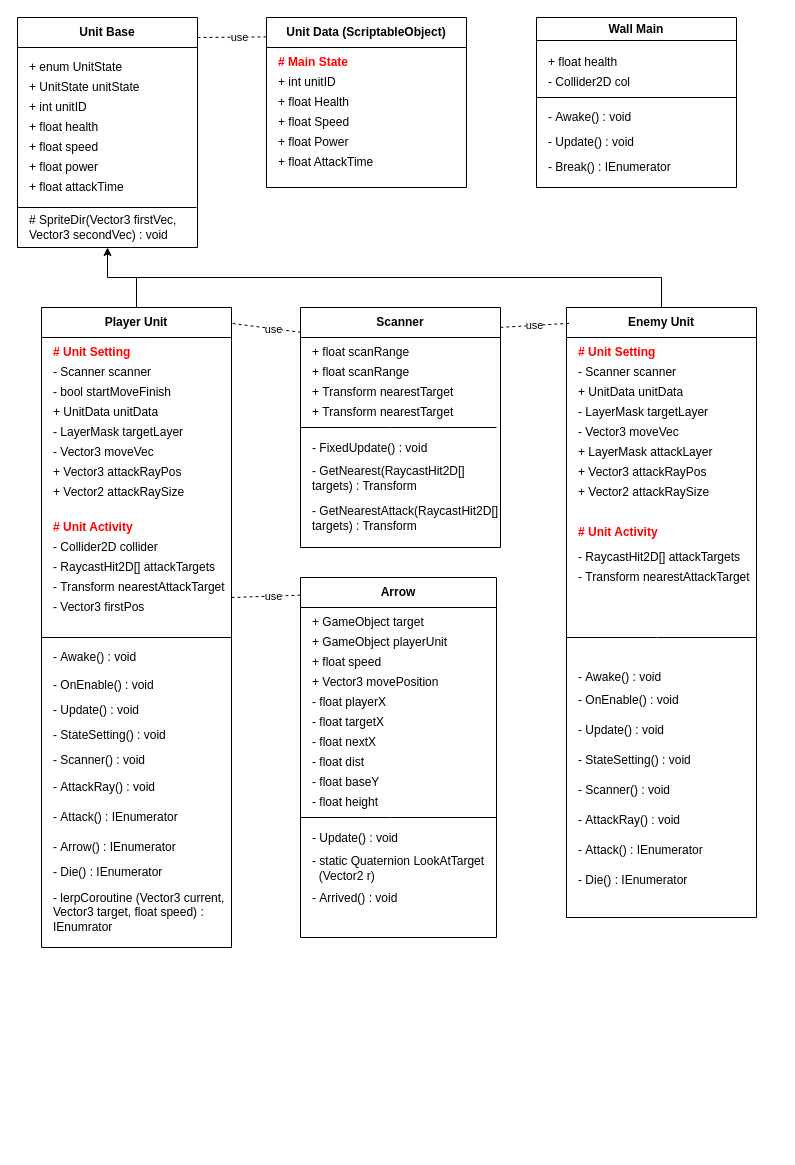
Earlier version of the draw.io diagram page "Battle" (2 of 3) of Project_CSD.drawio (YJU-Capstone-Design/Capstone-Design). Source tidied: cells renumbered, new cells numbered last; positions are measured from the earlier drawing's top-left corner, leaving out a move shared by most shapes. Both pictures are drawn from the tidied source at 100%, with x=0, y=0 at pixel (17, 17).
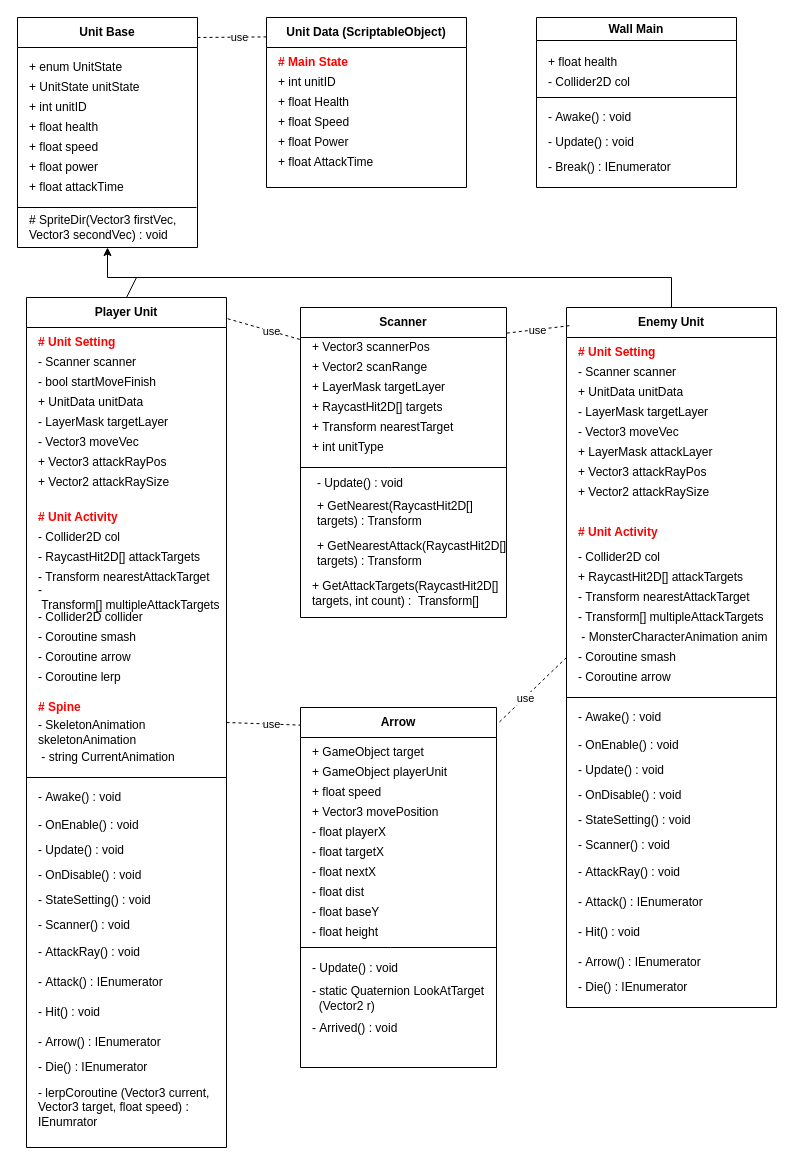
The same diagram, later.

Unchanged cells that the change refers to:
```xml
<mxCell id="36" value="-&amp;nbsp;Transform nearestAttackTarget" style="text;html=1;align=left;verticalAlign=middle;whiteSpace=wrap;rounded=0;" parent="12" vertex="1">
  <mxGeometry x="10" y="270" width="180" height="20" as="geometry" />
</mxCell>
```

The edit, as a diff of the source:
```diff
@@
     <mxCell id="12" value="Player Unit" style="swimlane;whiteSpace=wrap;html=1;startSize=30;" parent="1" vertex="1">
-      <mxGeometry x="24" y="290" width="190" height="640" as="geometry" />
+      <mxGeometry x="9" y="280" width="200" height="850" as="geometry" />
     </mxCell>
@@
-    <mxCell id="20" value="-&amp;nbsp;Collider2D collider" style="text;html=1;align=left;verticalAlign=middle;whiteSpace=wrap;rounded=0;" parent="12" vertex="1">
+    <mxCell id="20" value="-&amp;nbsp;Collider2D col" style="text;html=1;align=left;verticalAlign=middle;whiteSpace=wrap;rounded=0;" parent="12" vertex="1">
       <mxGeometry x="10" y="230" width="150" height="20" as="geometry" />
     </mxCell>
@@
     <mxCell id="24" value="- Die()&amp;nbsp;: IEnumerator" style="text;html=1;align=left;verticalAlign=middle;whiteSpace=wrap;rounded=0;" parent="12" vertex="1">
-      <mxGeometry x="10" y="550" width="150" height="30" as="geometry" />
+      <mxGeometry x="10" y="755" width="150" height="30" as="geometry" />
     </mxCell>
     <mxCell id="25" value="- lerpCoroutine (Vector3 current, Vector3 target, float speed) : IEnumrator" style="text;html=1;align=left;verticalAlign=middle;whiteSpace=wrap;rounded=0;" parent="12" vertex="1">
-      <mxGeometry x="10" y="580" width="180" height="50" as="geometry" />
+      <mxGeometry x="10" y="785" width="180" height="50" as="geometry" />
     </mxCell>
     <mxCell id="26" value="-&amp;nbsp;Awake() : void" style="text;html=1;align=left;verticalAlign=middle;whiteSpace=wrap;rounded=0;" parent="12" vertex="1">
-      <mxGeometry x="10" y="340" width="150" height="20" as="geometry" />
+      <mxGeometry x="10" y="490" width="150" height="20" as="geometry" />
     </mxCell>
     <mxCell id="27" value="-&amp;nbsp;OnEnable() : void" style="text;html=1;align=left;verticalAlign=middle;whiteSpace=wrap;rounded=0;" parent="12" vertex="1">
-      <mxGeometry x="10" y="365" width="150" height="25" as="geometry" />
+      <mxGeometry x="10" y="515" width="150" height="25" as="geometry" />
     </mxCell>
     <mxCell id="28" value="-&amp;nbsp;Update() : void" style="text;html=1;align=left;verticalAlign=middle;whiteSpace=wrap;rounded=0;" parent="12" vertex="1">
-      <mxGeometry x="10" y="390" width="150" height="25" as="geometry" />
+      <mxGeometry x="10" y="540" width="150" height="25" as="geometry" />
     </mxCell>
     <mxCell id="29" value="-&amp;nbsp;StateSetting() : void" style="text;html=1;align=left;verticalAlign=middle;whiteSpace=wrap;rounded=0;" parent="12" vertex="1">
-      <mxGeometry x="10" y="415" width="150" height="25" as="geometry" />
+      <mxGeometry x="10" y="590" width="150" height="25" as="geometry" />
     </mxCell>
     <mxCell id="30" value="-&amp;nbsp;Scanner()&amp;nbsp;: void" style="text;html=1;align=left;verticalAlign=middle;whiteSpace=wrap;rounded=0;" parent="12" vertex="1">
-      <mxGeometry x="10" y="440" width="150" height="25" as="geometry" />
+      <mxGeometry x="10" y="615" width="150" height="25" as="geometry" />
     </mxCell>
     <mxCell id="31" value="-&amp;nbsp;AttackRay()&amp;nbsp;: void" style="text;html=1;align=left;verticalAlign=middle;whiteSpace=wrap;rounded=0;" parent="12" vertex="1">
-      <mxGeometry x="10" y="470" width="150" height="20" as="geometry" />
+      <mxGeometry x="10" y="645" width="150" height="20" as="geometry" />
     </mxCell>
     <mxCell id="32" value="-&amp;nbsp;Attack()&amp;nbsp;: IEnumerator" style="text;html=1;align=left;verticalAlign=middle;whiteSpace=wrap;rounded=0;" parent="12" vertex="1">
-      <mxGeometry x="10" y="500" width="150" height="20" as="geometry" />
+      <mxGeometry x="10" y="675" width="150" height="20" as="geometry" />
     </mxCell>
     <mxCell id="33" value="-&amp;nbsp;Arrow()&amp;nbsp;: IEnumerator" style="text;html=1;align=left;verticalAlign=middle;whiteSpace=wrap;rounded=0;" parent="12" vertex="1">
-      <mxGeometry x="10" y="530" width="150" height="20" as="geometry" />
+      <mxGeometry x="10" y="735" width="150" height="20" as="geometry" />
     </mxCell>
     <mxCell id="34" style="endArrow=none;html=1;rounded=0;" parent="12" edge="1">
       <mxGeometry relative="1" as="geometry">
-        <mxPoint y="330" as="sourcePoint" />
-        <mxPoint x="190" y="330" as="targetPoint" />
+        <mxPoint y="480" as="sourcePoint" />
+        <mxPoint x="200" y="480" as="targetPoint" />
       </mxGeometry>
     </mxCell>
-    <mxCell id="35" value="-&amp;nbsp;Vector3 firstPos" style="text;html=1;align=left;verticalAlign=middle;whiteSpace=wrap;rounded=0;" parent="12" vertex="1">
-      <mxGeometry x="10" y="290" width="150" height="20" as="geometry" />
+    <mxCell id="35" value="-&amp;nbsp;Coroutine lerp" style="text;html=1;align=left;verticalAlign=middle;whiteSpace=wrap;rounded=0;" parent="12" vertex="1">
+      <mxGeometry x="10" y="370" width="150" height="20" as="geometry" />
     </mxCell>
@@
+    <mxCell id="106" value="#&amp;nbsp;Spine" style="text;html=1;align=left;verticalAlign=middle;whiteSpace=wrap;rounded=0;fontStyle=1;fontColor=#FF0000;" parent="12" vertex="1">
+      <mxGeometry x="10" y="400" width="120" height="20" as="geometry" />
+    </mxCell>
+    <mxCell id="107" value="-&amp;nbsp;Collider2D collider" style="text;html=1;align=left;verticalAlign=middle;whiteSpace=wrap;rounded=0;" parent="12" vertex="1">
+      <mxGeometry x="10" y="310" width="150" height="20" as="geometry" />
+    </mxCell>
+    <mxCell id="108" value="-&amp;nbsp;Coroutine smash" style="text;html=1;align=left;verticalAlign=middle;whiteSpace=wrap;rounded=0;" parent="12" vertex="1">
+      <mxGeometry x="10" y="330" width="170" height="20" as="geometry" />
+    </mxCell>
+    <mxCell id="109" value="-&amp;nbsp;Coroutine arrow" style="text;html=1;align=left;verticalAlign=middle;whiteSpace=wrap;rounded=0;" parent="12" vertex="1">
+      <mxGeometry x="10" y="350" width="180" height="20" as="geometry" />
+    </mxCell>
+    <mxCell id="110" value="-&amp;nbsp;Transform[]&amp;nbsp;multipleAttackTargets" style="text;html=1;align=left;verticalAlign=middle;whiteSpace=wrap;rounded=0;" parent="12" vertex="1">
+      <mxGeometry x="10" y="290" width="180" height="20" as="geometry" />
+    </mxCell>
+    <mxCell id="111" value="&amp;nbsp;-&amp;nbsp;string CurrentAnimation" style="text;html=1;align=left;verticalAlign=middle;whiteSpace=wrap;rounded=0;" parent="12" vertex="1">
+      <mxGeometry x="10" y="450" width="150" height="20" as="geometry" />
+    </mxCell>
+    <mxCell id="112" value="-&amp;nbsp;SkeletonAnimation skeletonAnimation" style="text;html=1;align=left;verticalAlign=middle;whiteSpace=wrap;rounded=0;" parent="12" vertex="1">
+      <mxGeometry x="10" y="420" width="180" height="30" as="geometry" />
+    </mxCell>
+    <mxCell id="113" value="- Hit() : void" style="text;html=1;align=left;verticalAlign=middle;whiteSpace=wrap;rounded=0;" parent="12" vertex="1">
+      <mxGeometry x="10" y="705" width="150" height="20" as="geometry" />
+    </mxCell>
+    <mxCell id="114" value="-&amp;nbsp;OnDisable() : void" style="text;html=1;align=left;verticalAlign=middle;whiteSpace=wrap;rounded=0;" parent="12" vertex="1">
+      <mxGeometry x="10" y="565" width="150" height="25" as="geometry" />
+    </mxCell>
@@
     <mxCell id="38" value="Enemy Unit" style="swimlane;whiteSpace=wrap;html=1;startSize=30;" parent="1" vertex="1">
-      <mxGeometry x="549" y="290" width="190" height="610" as="geometry" />
+      <mxGeometry x="549" y="290" width="210" height="700" as="geometry" />
     </mxCell>
@@
-    <mxCell id="45" value="-&amp;nbsp;RaycastHit2D[] attackTargets" style="text;html=1;align=left;verticalAlign=middle;whiteSpace=wrap;rounded=0;" parent="38" vertex="1">
+    <mxCell id="45" value="-&amp;nbsp;Collider2D col" style="text;html=1;align=left;verticalAlign=middle;whiteSpace=wrap;rounded=0;" parent="38" vertex="1">
       <mxGeometry x="10" y="240" width="170" height="20" as="geometry" />
     </mxCell>
-    <mxCell id="46" value="-&amp;nbsp;Transform nearestAttackTarget" style="text;html=1;align=left;verticalAlign=middle;whiteSpace=wrap;rounded=0;" parent="38" vertex="1">
+    <mxCell id="46" value="+&amp;nbsp;RaycastHit2D[] attackTargets" style="text;html=1;align=left;verticalAlign=middle;whiteSpace=wrap;rounded=0;" parent="38" vertex="1">
       <mxGeometry x="10" y="260" width="180" height="20" as="geometry" />
     </mxCell>
@@
-    <mxCell id="49" value="-&amp;nbsp;StateSetting()&amp;nbsp;: void" style="text;html=1;align=left;verticalAlign=middle;whiteSpace=wrap;rounded=0;" parent="38" vertex="1">
-      <mxGeometry x="10" y="440" width="150" height="25" as="geometry" />
-    </mxCell>
-    <mxCell id="50" style="endArrow=none;html=1;rounded=0;" parent="38" edge="1">
-      <mxGeometry relative="1" as="geometry">
-        <mxPoint y="330" as="sourcePoint" />
-        <mxPoint x="190" y="330" as="targetPoint" />
-        <Array as="points">
-          <mxPoint x="90" y="330" />
-        </Array>
-      </mxGeometry>
-    </mxCell>
@@
+    <mxCell id="58" value="- Die()&amp;nbsp;: IEnumerator" style="text;html=1;align=left;verticalAlign=middle;whiteSpace=wrap;rounded=0;" parent="38" vertex="1">
+      <mxGeometry x="10" y="665" width="150" height="30" as="geometry" />
+    </mxCell>
     <mxCell id="52" value="-&amp;nbsp;Awake() : void" style="text;html=1;align=left;verticalAlign=middle;whiteSpace=wrap;rounded=0;" parent="38" vertex="1">
-      <mxGeometry x="10" y="360" width="150" height="20" as="geometry" />
+      <mxGeometry x="10" y="400" width="150" height="20" as="geometry" />
     </mxCell>
     <mxCell id="53" value="-&amp;nbsp;OnEnable() : void" style="text;html=1;align=left;verticalAlign=middle;whiteSpace=wrap;rounded=0;" parent="38" vertex="1">
-      <mxGeometry x="10" y="380" width="150" height="25" as="geometry" />
+      <mxGeometry x="10" y="425" width="150" height="25" as="geometry" />
     </mxCell>
     <mxCell id="54" value="-&amp;nbsp;Update() : void" style="text;html=1;align=left;verticalAlign=middle;whiteSpace=wrap;rounded=0;" parent="38" vertex="1">
-      <mxGeometry x="10" y="410" width="150" height="25" as="geometry" />
+      <mxGeometry x="10" y="450" width="150" height="25" as="geometry" />
     </mxCell>
+    <mxCell id="49" value="-&amp;nbsp;StateSetting() : void" style="text;html=1;align=left;verticalAlign=middle;whiteSpace=wrap;rounded=0;" parent="38" vertex="1">
+      <mxGeometry x="10" y="500" width="150" height="25" as="geometry" />
+    </mxCell>
     <mxCell id="55" value="-&amp;nbsp;Scanner()&amp;nbsp;: void" style="text;html=1;align=left;verticalAlign=middle;whiteSpace=wrap;rounded=0;" parent="38" vertex="1">
-      <mxGeometry x="10" y="470" width="150" height="25" as="geometry" />
+      <mxGeometry x="10" y="525" width="150" height="25" as="geometry" />
     </mxCell>
     <mxCell id="56" value="-&amp;nbsp;AttackRay()&amp;nbsp;: void" style="text;html=1;align=left;verticalAlign=middle;whiteSpace=wrap;rounded=0;" parent="38" vertex="1">
-      <mxGeometry x="10" y="500" width="150" height="25" as="geometry" />
+      <mxGeometry x="10" y="555" width="150" height="20" as="geometry" />
     </mxCell>
-    <mxCell id="57" value="-&amp;nbsp;Attack()&amp;nbsp;: IEnumerator&amp;nbsp;" style="text;html=1;align=left;verticalAlign=middle;whiteSpace=wrap;rounded=0;" parent="38" vertex="1">
-      <mxGeometry x="10" y="530" width="150" height="25" as="geometry" />
+    <mxCell id="57" value="-&amp;nbsp;Attack()&amp;nbsp;: IEnumerator" style="text;html=1;align=left;verticalAlign=middle;whiteSpace=wrap;rounded=0;" parent="38" vertex="1">
+      <mxGeometry x="10" y="585" width="150" height="20" as="geometry" />
     </mxCell>
-    <mxCell id="58" value="- Die()&amp;nbsp;: IEnumerator&amp;nbsp;" style="text;html=1;align=left;verticalAlign=middle;whiteSpace=wrap;rounded=0;" parent="38" vertex="1">
-      <mxGeometry x="10" y="560" width="150" height="25" as="geometry" />
-    </mxCell>
+    <mxCell id="115" value="-&amp;nbsp;Arrow()&amp;nbsp;: IEnumerator" style="text;html=1;align=left;verticalAlign=middle;whiteSpace=wrap;rounded=0;" parent="38" vertex="1">
+      <mxGeometry x="10" y="645" width="150" height="20" as="geometry" />
+    </mxCell>
+    <mxCell id="116" value="- Hit() : void" style="text;html=1;align=left;verticalAlign=middle;whiteSpace=wrap;rounded=0;" parent="38" vertex="1">
+      <mxGeometry x="10" y="615" width="150" height="20" as="geometry" />
+    </mxCell>
+    <mxCell id="117" value="-&amp;nbsp;OnDisable() : void" style="text;html=1;align=left;verticalAlign=middle;whiteSpace=wrap;rounded=0;" parent="38" vertex="1">
+      <mxGeometry x="10" y="475" width="150" height="25" as="geometry" />
+    </mxCell>
+    <mxCell id="118" value="-&amp;nbsp;Transform nearestAttackTarget" style="text;html=1;align=left;verticalAlign=middle;whiteSpace=wrap;rounded=0;" parent="38" vertex="1">
+      <mxGeometry x="10" y="280" width="180" height="20" as="geometry" />
+    </mxCell>
+    <mxCell id="119" value="-&amp;nbsp;Transform[] multipleAttackTargets" style="text;html=1;align=left;verticalAlign=middle;whiteSpace=wrap;rounded=0;" parent="38" vertex="1">
+      <mxGeometry x="10" y="300" width="200" height="20" as="geometry" />
+    </mxCell>
+    <mxCell id="120" value="&amp;nbsp;-&amp;nbsp;MonsterCharacterAnimation anim" style="text;html=1;align=left;verticalAlign=middle;whiteSpace=wrap;rounded=0;" parent="38" vertex="1">
+      <mxGeometry x="10" y="320" width="200" height="20" as="geometry" />
+    </mxCell>
+    <mxCell id="121" value="-&amp;nbsp;Coroutine smash" style="text;html=1;align=left;verticalAlign=middle;whiteSpace=wrap;rounded=0;" parent="38" vertex="1">
+      <mxGeometry x="10" y="340" width="180" height="20" as="geometry" />
+    </mxCell>
+    <mxCell id="122" value="-&amp;nbsp;Coroutine arrow" style="text;html=1;align=left;verticalAlign=middle;whiteSpace=wrap;rounded=0;" parent="38" vertex="1">
+      <mxGeometry x="10" y="360" width="180" height="20" as="geometry" />
+    </mxCell>
+    <mxCell id="123" style="endArrow=none;html=1;rounded=0;entryX=0;entryY=0.5;entryDx=0;entryDy=0;exitX=1;exitY=0.5;exitDx=0;exitDy=0;" parent="38" edge="1">
+      <mxGeometry relative="1" as="geometry">
+        <mxPoint x="210" y="390" as="sourcePoint" />
+        <mxPoint y="390" as="targetPoint" />
+      </mxGeometry>
+    </mxCell>
@@
     <mxCell id="63" value="Scanner" style="swimlane;whiteSpace=wrap;html=1;startSize=30;" parent="1" vertex="1">
-      <mxGeometry x="283" y="290" width="200" height="240" as="geometry" />
+      <mxGeometry x="283" y="290" width="206" height="310" as="geometry" />
     </mxCell>
-    <mxCell id="64" value="+&amp;nbsp;float scanRange" style="text;html=1;align=left;verticalAlign=middle;whiteSpace=wrap;rounded=0;" parent="63" vertex="1">
-      <mxGeometry x="10" y="30" width="150" height="30" as="geometry" />
+    <mxCell id="64" value="+ Vector3 scannerPos" style="text;html=1;align=left;verticalAlign=middle;whiteSpace=wrap;rounded=0;" parent="63" vertex="1">
+      <mxGeometry x="10" y="30" width="150" height="20" as="geometry" />
     </mxCell>
-    <mxCell id="65" value="+&amp;nbsp;float scanRange" style="text;html=1;align=left;verticalAlign=middle;whiteSpace=wrap;rounded=0;" parent="63" vertex="1">
-      <mxGeometry x="10" y="50" width="150" height="30" as="geometry" />
+    <mxCell id="65" value="+&amp;nbsp;Vector2 scanRange" style="text;html=1;align=left;verticalAlign=middle;whiteSpace=wrap;rounded=0;" parent="63" vertex="1">
+      <mxGeometry x="10" y="50" width="150" height="20" as="geometry" />
     </mxCell>
-    <mxCell id="66" value="+&amp;nbsp;Transform nearestTarget" style="text;html=1;align=left;verticalAlign=middle;whiteSpace=wrap;rounded=0;" parent="63" vertex="1">
-      <mxGeometry x="10" y="70" width="150" height="30" as="geometry" />
+    <mxCell id="66" value="+&amp;nbsp;LayerMask targetLayer" style="text;html=1;align=left;verticalAlign=middle;whiteSpace=wrap;rounded=0;" parent="63" vertex="1">
+      <mxGeometry x="10" y="70" width="150" height="20" as="geometry" />
     </mxCell>
-    <mxCell id="67" value="+&amp;nbsp;Transform nearestTarget" style="text;html=1;align=left;verticalAlign=middle;whiteSpace=wrap;rounded=0;" parent="63" vertex="1">
-      <mxGeometry x="10" y="90" width="150" height="30" as="geometry" />
-    </mxCell>
     <mxCell id="68" style="endArrow=none;html=1;rounded=0;" parent="63" edge="1">
       <mxGeometry relative="1" as="geometry">
-        <mxPoint y="120" as="sourcePoint" />
-        <mxPoint x="196" y="120" as="targetPoint" />
+        <mxPoint y="160" as="sourcePoint" />
+        <mxPoint x="206" y="160" as="targetPoint" />
         <Array as="points">
-          <mxPoint x="90" y="120" />
+          <mxPoint x="90" y="160" />
         </Array>
       </mxGeometry>
     </mxCell>
-    <mxCell id="69" value="- GetNearest(RaycastHit2D[] targets) : Transform&amp;nbsp;" style="text;html=1;align=left;verticalAlign=middle;whiteSpace=wrap;rounded=0;" parent="63" vertex="1">
-      <mxGeometry x="10" y="170" width="180" as="geometry" />
+    <mxCell id="69" value="+ GetNearest(RaycastHit2D[] targets) : Transform&amp;nbsp;" style="text;html=1;align=left;verticalAlign=middle;whiteSpace=wrap;rounded=0;" parent="63" vertex="1">
+      <mxGeometry x="15" y="205" width="180" as="geometry" />
     </mxCell>
-    <mxCell id="70" value="-&amp;nbsp;FixedUpdate() : void" style="text;html=1;align=left;verticalAlign=middle;whiteSpace=wrap;rounded=0;" parent="63" vertex="1">
-      <mxGeometry x="10" y="140" width="150" as="geometry" />
+    <mxCell id="70" value="- Update() : void" style="text;html=1;align=left;verticalAlign=middle;whiteSpace=wrap;rounded=0;" parent="63" vertex="1">
+      <mxGeometry x="15" y="175" width="150" as="geometry" />
     </mxCell>
-    <mxCell id="71" value="- GetNearestAttack(RaycastHit2D[] targets) : Transform&amp;nbsp;" style="text;html=1;align=left;verticalAlign=middle;whiteSpace=wrap;rounded=0;" parent="63" vertex="1">
-      <mxGeometry x="10" y="210" width="190" as="geometry" />
+    <mxCell id="71" value="+ GetNearestAttack(RaycastHit2D[] targets) : Transform&amp;nbsp;" style="text;html=1;align=left;verticalAlign=middle;whiteSpace=wrap;rounded=0;" parent="63" vertex="1">
+      <mxGeometry x="15" y="245" width="210" as="geometry" />
     </mxCell>
+    <mxCell id="124" value="+ GetAttackTargets(RaycastHit2D[] targets, int count) :&amp;nbsp;&amp;nbsp;Transform[]" style="text;html=1;align=left;verticalAlign=middle;whiteSpace=wrap;rounded=0;" parent="63" vertex="1">
+      <mxGeometry x="10" y="285" width="205" as="geometry" />
+    </mxCell>
+    <mxCell id="125" value="+&amp;nbsp;RaycastHit2D[] targets" style="text;html=1;align=left;verticalAlign=middle;whiteSpace=wrap;rounded=0;" parent="63" vertex="1">
+      <mxGeometry x="10" y="90" width="150" height="20" as="geometry" />
+    </mxCell>
+    <mxCell id="67" value="+&amp;nbsp;Transform nearestTarget" style="text;html=1;align=left;verticalAlign=middle;whiteSpace=wrap;rounded=0;" parent="63" vertex="1">
+      <mxGeometry x="10" y="110" width="150" height="20" as="geometry" />
+    </mxCell>
+    <mxCell id="126" value="+&amp;nbsp;int unitType" style="text;html=1;align=left;verticalAlign=middle;whiteSpace=wrap;rounded=0;" parent="63" vertex="1">
+      <mxGeometry x="10" y="130" width="150" height="20" as="geometry" />
+    </mxCell>
@@
     <mxCell id="87" value="Arrow" style="swimlane;whiteSpace=wrap;html=1;startSize=30;" parent="1" vertex="1">
-      <mxGeometry x="283" y="560" width="196" height="360" as="geometry" />
+      <mxGeometry x="283" y="690" width="196" height="360" as="geometry" />
     </mxCell>
@@
-    <mxCell id="102" style="endArrow=none;dashed=1;html=1;rounded=0;exitX=1;exitY=1;exitDx=0;exitDy=0;entryX=0.002;entryY=0.049;entryDx=0;entryDy=0;entryPerimeter=0;" parent="1" edge="1" source="36" target="87">
+    <mxCell id="102" style="endArrow=none;dashed=1;html=1;rounded=0;entryX=0.002;entryY=0.049;entryDx=0;entryDy=0;entryPerimeter=0;exitX=1;exitY=0.5;exitDx=0;exitDy=0;" parent="1" edge="1" source="12" target="87">
       <mxGeometry relative="1" as="geometry" />
     </mxCell>
@@
+    <mxCell id="127" style="endArrow=none;dashed=1;html=1;rounded=0;entryX=1.004;entryY=0.046;entryDx=0;entryDy=0;entryPerimeter=0;exitX=0;exitY=0.5;exitDx=0;exitDy=0;" parent="1" edge="1" source="38" target="87">
+      <mxGeometry relative="1" as="geometry" />
+    </mxCell>
+    <mxCell id="128" value="use" style="edgeLabel;html=1;align=center;verticalAlign=middle;" parent="127" vertex="1">
+      <mxGeometry x="0.2" relative="1" as="geometry" />
+    </mxCell>
```
